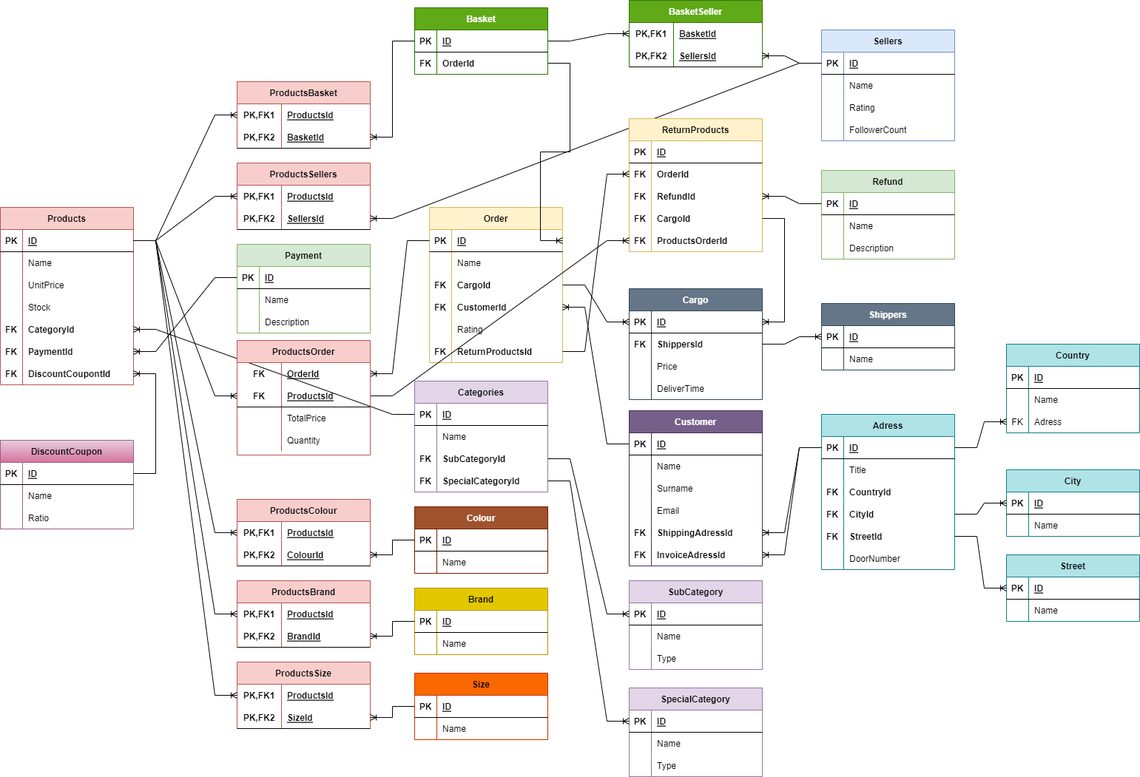
This is 24-11-2022_Pair9_HW.drawio.png from ZakirMK/Etiya-Akademi, a draw.io export, as it was before one commit. Source tidied: cells renumbered, new cells last; positions are measured from the earlier drawing's top-left corner, leaving out a move shared by most shapes.
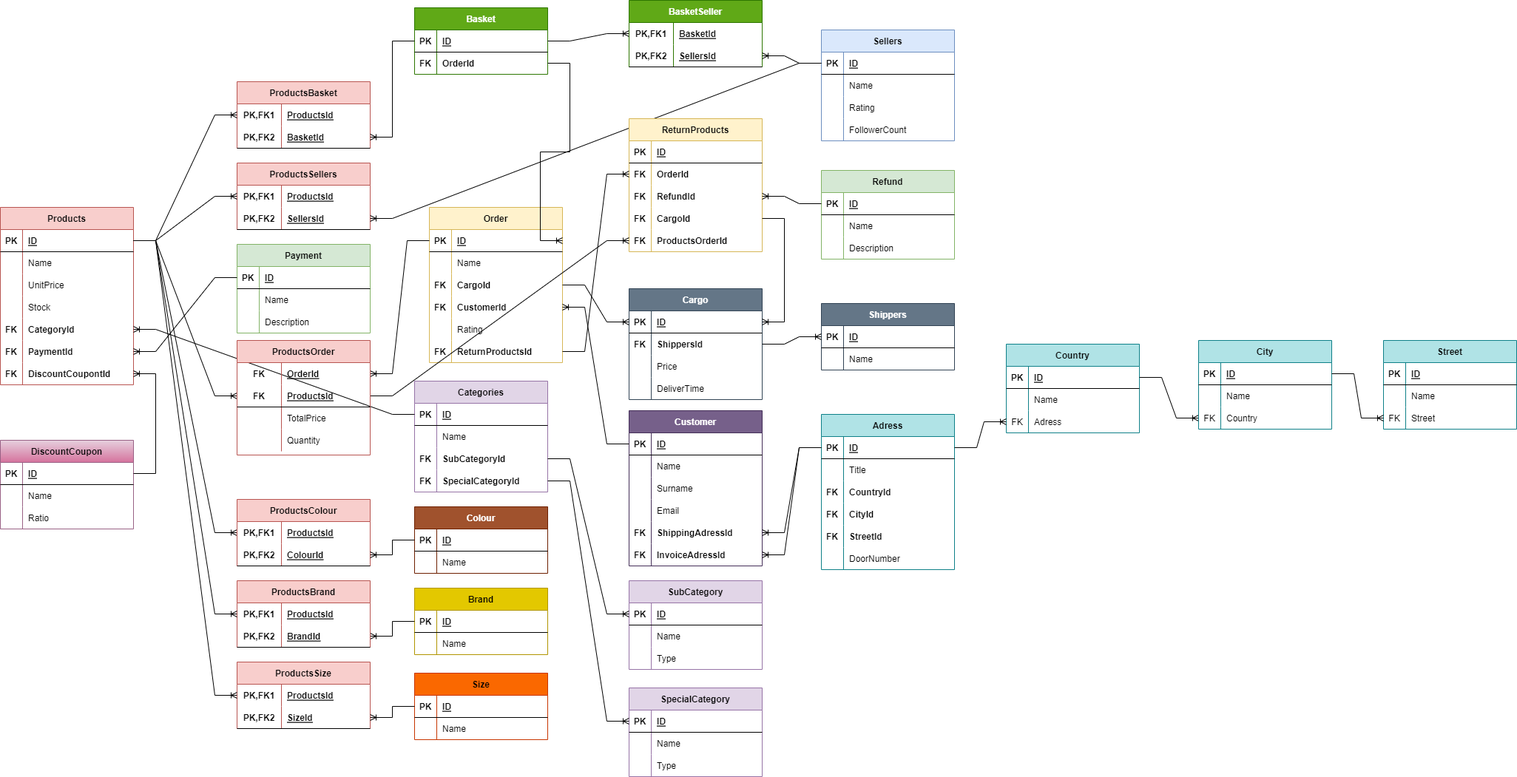
Later version of the same file.

The edit, as a diff of the source:
```diff
@@ -707,28 +707,7 @@
     <mxCell id="236" value="Adress" style="shape=partialRectangle;fillColor=none;top=0;left=0;bottom=0;right=0;align=left;spacingLeft=6;overflow=hidden;" parent="234" vertex="1">
       <mxGeometry x="30" width="150" height="30" as="geometry" />
     </mxCell>
-    <mxCell id="237" value="City" style="shape=table;startSize=30;rowLines=0;fontStyle=1;align=center;fillColor=#b0e3e6;strokeColor=#0e8088;" parent="1" vertex="1">
-      <mxGeometry x="1360" y="635" width="180" height="90" as="geometry" />
-    </mxCell>
-    <mxCell id="238" style="shape=tableRow;horizontal=0;startSize=0;swimlaneHead=0;swimlaneBody=0;fillColor=none;points=[[0,0.5],[1,0.5]];portConstraint=eastwest;top=0;left=0;right=0;bottom=1;" parent="237" vertex="1">
-      <mxGeometry y="30" width="180" height="30" as="geometry" />
-    </mxCell>
-    <mxCell id="239" value="PK" style="shape=partialRectangle;fillColor=none;top=0;left=0;bottom=0;right=0;fontStyle=1;overflow=hidden;" parent="238" vertex="1">
-      <mxGeometry width="30" height="30" as="geometry" />
-    </mxCell>
-    <mxCell id="240" value="ID" style="shape=partialRectangle;fillColor=none;top=0;left=0;bottom=0;right=0;align=left;spacingLeft=6;fontStyle=5;overflow=hidden;" parent="238" vertex="1">
-      <mxGeometry x="30" width="150" height="30" as="geometry" />
-    </mxCell>
-    <mxCell id="241" style="shape=tableRow;horizontal=0;startSize=0;swimlaneHead=0;swimlaneBody=0;fillColor=none;top=0;left=0;right=0;bottom=0;" parent="237" vertex="1">
-      <mxGeometry y="60" width="180" height="30" as="geometry" />
-    </mxCell>
-    <mxCell id="242" style="shape=partialRectangle;fillColor=none;top=0;left=0;bottom=0;right=0;overflow=hidden;" parent="241" vertex="1">
-      <mxGeometry width="30" height="30" as="geometry" />
-    </mxCell>
-    <mxCell id="243" value="Name" style="shape=partialRectangle;fillColor=none;top=0;left=0;bottom=0;right=0;align=left;spacingLeft=6;overflow=hidden;" parent="241" vertex="1">
-      <mxGeometry x="30" width="150" height="30" as="geometry" />
-    </mxCell>
-    <mxCell id="244" style="edgeStyle=entityRelationEdgeStyle;fontSize=12;html=1;endArrow=ERoneToMany;rounded=0;entryX=0;entryY=0.5;entryDx=0;entryDy=0;exitX=1;exitY=0.5;exitDx=0;exitDy=0;" parent="1" edge="1" source="66" target="238">
+    <mxCell id="244" style="edgeStyle=entityRelationEdgeStyle;fontSize=12;html=1;endArrow=ERoneToMany;rounded=0;entryX=0;entryY=0.5;entryDx=0;entryDy=0;exitX=1;exitY=0.5;exitDx=0;exitDy=0;" parent="1" edge="1" source="228" target="338">
       <mxGeometry relative="1" as="geometry" />
     </mxCell>
     <mxCell id="245" style="edgeStyle=entityRelationEdgeStyle;fontSize=12;html=1;endArrow=ERoneToMany;rounded=0;exitX=0;exitY=0.5;exitDx=0;exitDy=0;" parent="1" edge="1" source="57" target="50">
@@ -737,30 +716,6 @@
     <mxCell id="246" style="edgeStyle=entityRelationEdgeStyle;fontSize=12;html=1;endArrow=ERoneToMany;rounded=0;exitX=0;exitY=0.5;exitDx=0;exitDy=0;entryX=1;entryY=0.5;entryDx=0;entryDy=0;" parent="1" edge="1" source="57" target="53">
       <mxGeometry relative="1" as="geometry" />
     </mxCell>
-    <mxCell id="247" value="Street" style="shape=table;startSize=30;rowLines=0;fontStyle=1;align=center;fillColor=#b0e3e6;strokeColor=#0e8088;" parent="1" vertex="1">
-      <mxGeometry x="1360" y="750" width="180" height="90" as="geometry" />
-    </mxCell>
-    <mxCell id="248" style="shape=tableRow;horizontal=0;startSize=0;swimlaneHead=0;swimlaneBody=0;fillColor=none;points=[[0,0.5],[1,0.5]];portConstraint=eastwest;top=0;left=0;right=0;bottom=1;" parent="247" vertex="1">
-      <mxGeometry y="30" width="180" height="30" as="geometry" />
-    </mxCell>
-    <mxCell id="249" value="PK" style="shape=partialRectangle;fillColor=none;top=0;left=0;bottom=0;right=0;fontStyle=1;overflow=hidden;" parent="248" vertex="1">
-      <mxGeometry width="30" height="30" as="geometry" />
-    </mxCell>
-    <mxCell id="250" value="ID" style="shape=partialRectangle;fillColor=none;top=0;left=0;bottom=0;right=0;align=left;spacingLeft=6;fontStyle=5;overflow=hidden;" parent="248" vertex="1">
-      <mxGeometry x="30" width="150" height="30" as="geometry" />
-    </mxCell>
-    <mxCell id="251" style="shape=tableRow;horizontal=0;startSize=0;swimlaneHead=0;swimlaneBody=0;fillColor=none;top=0;left=0;right=0;bottom=0;" parent="247" vertex="1">
-      <mxGeometry y="60" width="180" height="30" as="geometry" />
-    </mxCell>
-    <mxCell id="252" style="shape=partialRectangle;fillColor=none;top=0;left=0;bottom=0;right=0;overflow=hidden;" parent="251" vertex="1">
-      <mxGeometry width="30" height="30" as="geometry" />
-    </mxCell>
-    <mxCell id="253" value="Name" style="shape=partialRectangle;fillColor=none;top=0;left=0;bottom=0;right=0;align=left;spacingLeft=6;overflow=hidden;" parent="251" vertex="1">
-      <mxGeometry x="30" width="150" height="30" as="geometry" />
-    </mxCell>
-    <mxCell id="254" style="edgeStyle=entityRelationEdgeStyle;fontSize=12;html=1;endArrow=ERoneToMany;rounded=0;entryX=0;entryY=0.5;entryDx=0;entryDy=0;" parent="1" edge="1" source="69" target="248">
-      <mxGeometry relative="1" as="geometry" />
-    </mxCell>
     <mxCell id="255" value="SubCategory" style="shape=table;startSize=30;rowLines=0;fontStyle=1;align=center;fillColor=#e1d5e7;strokeColor=#9673a6;" parent="1" vertex="1">
       <mxGeometry x="850" y="785" width="180" height="120" as="geometry" />
     </mxCell>
@@ -994,5 +949,68 @@
     <mxCell id="331" style="edgeStyle=entityRelationEdgeStyle;fontSize=12;html=1;endArrow=ERoneToMany;rounded=0;entryX=0;entryY=0.5;entryDx=0;entryDy=0;exitX=1;exitY=0.5;exitDx=0;exitDy=0;" parent="1" edge="1" source="57" target="234">
       <mxGeometry relative="1" as="geometry" />
     </mxCell>
+    <mxCell id="237" value="City" style="shape=table;startSize=30;rowLines=0;fontStyle=1;align=center;fillColor=#b0e3e6;strokeColor=#0e8088;" parent="1" vertex="1">
+      <mxGeometry x="1620" y="460" width="180" height="120" as="geometry" />
+    </mxCell>
+    <mxCell id="332" style="shape=tableRow;horizontal=0;startSize=0;swimlaneHead=0;swimlaneBody=0;fillColor=none;points=[[0,0.5],[1,0.5]];portConstraint=eastwest;top=0;left=0;right=0;bottom=1;" parent="237" vertex="1">
+      <mxGeometry y="30" width="180" height="30" as="geometry" />
+    </mxCell>
+    <mxCell id="333" value="PK" style="shape=partialRectangle;fillColor=none;top=0;left=0;bottom=0;right=0;fontStyle=1;overflow=hidden;" parent="332" vertex="1">
+      <mxGeometry width="30" height="30" as="geometry" />
+    </mxCell>
+    <mxCell id="334" value="ID" style="shape=partialRectangle;fillColor=none;top=0;left=0;bottom=0;right=0;align=left;spacingLeft=6;fontStyle=5;overflow=hidden;" parent="332" vertex="1">
+      <mxGeometry x="30" width="150" height="30" as="geometry" />
+    </mxCell>
+    <mxCell id="335" style="shape=tableRow;horizontal=0;startSize=0;swimlaneHead=0;swimlaneBody=0;fillColor=none;top=0;left=0;right=0;bottom=0;" parent="237" vertex="1">
+      <mxGeometry y="60" width="180" height="30" as="geometry" />
+    </mxCell>
+    <mxCell id="336" style="shape=partialRectangle;fillColor=none;top=0;left=0;bottom=0;right=0;overflow=hidden;" parent="335" vertex="1">
+      <mxGeometry width="30" height="30" as="geometry" />
+    </mxCell>
+    <mxCell id="337" value="Name" style="shape=partialRectangle;fillColor=none;top=0;left=0;bottom=0;right=0;align=left;spacingLeft=6;overflow=hidden;" parent="335" vertex="1">
+      <mxGeometry x="30" width="150" height="30" as="geometry" />
+    </mxCell>
+    <mxCell id="338" style="shape=tableRow;horizontal=0;startSize=0;swimlaneHead=0;swimlaneBody=0;fillColor=none;points=[[0,0.5],[1,0.5]];portConstraint=eastwest;top=0;left=0;right=0;bottom=0;" parent="237" vertex="1">
+      <mxGeometry y="90" width="180" height="30" as="geometry" />
+    </mxCell>
+    <mxCell id="339" value="FK" style="shape=partialRectangle;fillColor=none;top=0;left=0;bottom=0;right=0;overflow=hidden;" parent="338" vertex="1">
+      <mxGeometry width="30" height="30" as="geometry" />
+    </mxCell>
+    <mxCell id="340" value="Country" style="shape=partialRectangle;fillColor=none;top=0;left=0;bottom=0;right=0;align=left;spacingLeft=6;overflow=hidden;" parent="338" vertex="1">
+      <mxGeometry x="30" width="150" height="30" as="geometry" />
+    </mxCell>
+    <mxCell id="247" value="Street" style="shape=table;startSize=30;rowLines=0;fontStyle=1;align=center;fillColor=#b0e3e6;strokeColor=#0e8088;" parent="1" vertex="1">
+      <mxGeometry x="1870" y="460" width="180" height="120" as="geometry" />
+    </mxCell>
+    <mxCell id="341" style="shape=tableRow;horizontal=0;startSize=0;swimlaneHead=0;swimlaneBody=0;fillColor=none;top=0;left=0;right=0;bottom=1;" parent="247" vertex="1">
+      <mxGeometry y="30" width="180" height="30" as="geometry" />
+    </mxCell>
+    <mxCell id="342" value="PK" style="shape=partialRectangle;fillColor=none;top=0;left=0;bottom=0;right=0;fontStyle=1;overflow=hidden;" parent="341" vertex="1">
+      <mxGeometry width="30" height="30" as="geometry" />
+    </mxCell>
+    <mxCell id="343" value="ID" style="shape=partialRectangle;fillColor=none;top=0;left=0;bottom=0;right=0;align=left;spacingLeft=6;fontStyle=5;overflow=hidden;" parent="341" vertex="1">
+      <mxGeometry x="30" width="150" height="30" as="geometry" />
+    </mxCell>
+    <mxCell id="344" style="shape=tableRow;horizontal=0;startSize=0;swimlaneHead=0;swimlaneBody=0;fillColor=none;top=0;left=0;right=0;bottom=0;" parent="247" vertex="1">
+      <mxGeometry y="60" width="180" height="30" as="geometry" />
+    </mxCell>
+    <mxCell id="345" style="shape=partialRectangle;fillColor=none;top=0;left=0;bottom=0;right=0;overflow=hidden;" parent="344" vertex="1">
+      <mxGeometry width="30" height="30" as="geometry" />
+    </mxCell>
+    <mxCell id="346" value="Name" style="shape=partialRectangle;fillColor=none;top=0;left=0;bottom=0;right=0;align=left;spacingLeft=6;overflow=hidden;" parent="344" vertex="1">
+      <mxGeometry x="30" width="150" height="30" as="geometry" />
+    </mxCell>
+    <mxCell id="347" style="shape=tableRow;horizontal=0;startSize=0;swimlaneHead=0;swimlaneBody=0;fillColor=none;points=[[0,0.5],[1,0.5]];portConstraint=eastwest;top=0;left=0;right=0;bottom=0;" parent="247" vertex="1">
+      <mxGeometry y="90" width="180" height="30" as="geometry" />
+    </mxCell>
+    <mxCell id="348" value="FK" style="shape=partialRectangle;fillColor=none;top=0;left=0;bottom=0;right=0;overflow=hidden;" parent="347" vertex="1">
+      <mxGeometry width="30" height="30" as="geometry" />
+    </mxCell>
+    <mxCell id="349" value="Street" style="shape=partialRectangle;fillColor=none;top=0;left=0;bottom=0;right=0;align=left;spacingLeft=6;overflow=hidden;" parent="347" vertex="1">
+      <mxGeometry x="30" width="150" height="30" as="geometry" />
+    </mxCell>
+    <mxCell id="350" style="edgeStyle=entityRelationEdgeStyle;fontSize=12;html=1;endArrow=ERoneToMany;rounded=0;entryX=0;entryY=0.5;entryDx=0;entryDy=0;exitX=1;exitY=0.5;exitDx=0;exitDy=0;" parent="1" edge="1" source="332" target="347">
+      <mxGeometry relative="1" as="geometry" />
+    </mxCell>
   </root>
 </mxGraphModel>
```
